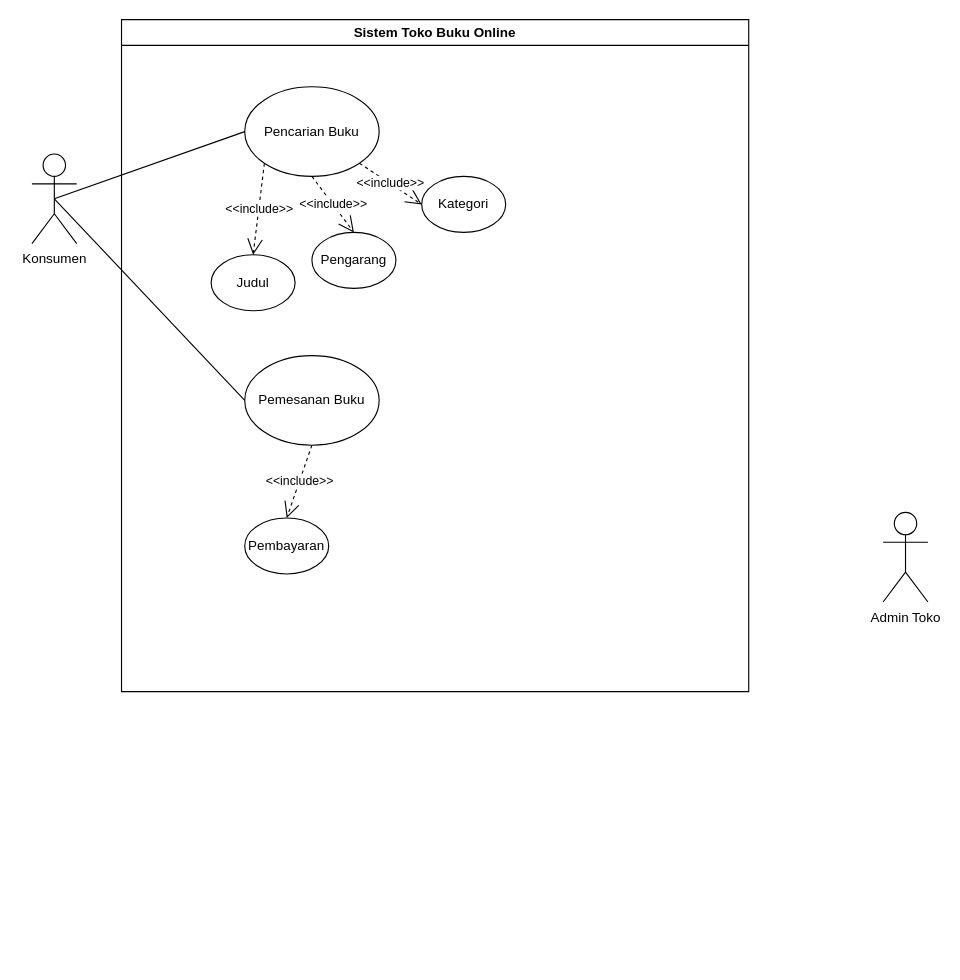
Earlier version of the draw.io diagram Latihan Studi kasus RPL.drawio (Suryzw/draw.io). Source tidied: cells renumbered, new cells numbered last; positions are measured from the earlier drawing's top-left corner, leaving out a move shared by most shapes. Both pictures are drawn from the tidied source at 112%, with x=0, y=0 at pixel (31, 19).
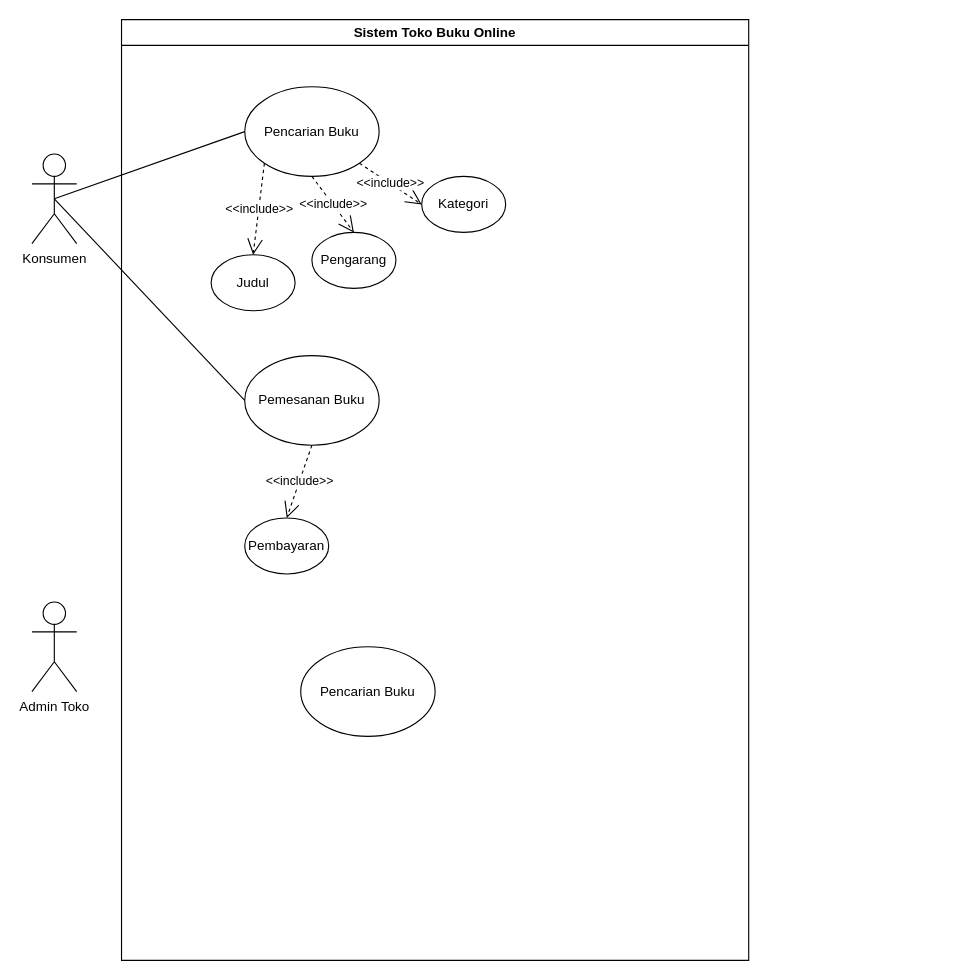
After the change.

Diff of the diagram source:
```diff
@@
 <mxGraphModel>
   <root>
     <mxCell id="0" />
     <mxCell id="1" parent="0" />
     <mxCell id="2" value="Konsumen" style="shape=umlActor;verticalLabelPosition=bottom;verticalAlign=top;html=1;outlineConnect=0;" parent="1" vertex="1">
       <mxGeometry y="120" width="40" height="80" as="geometry" />
     </mxCell>
-    <mxCell id="3" value="Admin Toko" style="shape=umlActor;verticalLabelPosition=bottom;verticalAlign=top;html=1;" parent="1" vertex="1">
-      <mxGeometry x="760" y="440" width="40" height="80" as="geometry" />
-    </mxCell>
     <mxCell id="4" value="Sistem Toko Buku Online" style="swimlane;whiteSpace=wrap;html=1;" parent="1" vertex="1">
-      <mxGeometry x="80" width="560" height="600" as="geometry" />
+      <mxGeometry x="80" width="560" height="840" as="geometry" />
     </mxCell>
     <mxCell id="5" value="Pencarian Buku" style="ellipse;whiteSpace=wrap;html=1;" parent="4" vertex="1">
       <mxGeometry x="110" y="60" width="120" height="80" as="geometry" />
     </mxCell>
     <mxCell id="6" value="Judul" style="ellipse;whiteSpace=wrap;html=1;" parent="4" vertex="1">
       <mxGeometry x="80" y="210" width="75" height="50" as="geometry" />
     </mxCell>
     <mxCell id="7" value="Pengarang" style="ellipse;whiteSpace=wrap;html=1;" parent="4" vertex="1">
       <mxGeometry x="170" y="190" width="75" height="50" as="geometry" />
     </mxCell>
     <mxCell id="8" value="Kategori" style="ellipse;whiteSpace=wrap;html=1;" parent="4" vertex="1">
       <mxGeometry x="268" y="140" width="75" height="50" as="geometry" />
     </mxCell>
     <mxCell id="9" value="Pemesanan Buku" style="ellipse;whiteSpace=wrap;html=1;" parent="4" vertex="1">
       <mxGeometry x="110" y="300" width="120" height="80" as="geometry" />
     </mxCell>
     <mxCell id="10" value="&amp;lt;&amp;lt;include&amp;gt;&amp;gt;" style="endArrow=open;endSize=12;dashed=1;html=1;rounded=0;exitX=0;exitY=1;exitDx=0;exitDy=0;entryX=0.5;entryY=0;entryDx=0;entryDy=0;" parent="4" edge="1" source="5" target="6">
       <mxGeometry relative="1" as="geometry" />
     </mxCell>
     <mxCell id="11" value="&amp;lt;&amp;lt;include&amp;gt;&amp;gt;" style="endArrow=open;endSize=12;dashed=1;html=1;rounded=0;exitX=0.5;exitY=1;exitDx=0;exitDy=0;entryX=0.5;entryY=0;entryDx=0;entryDy=0;" parent="4" edge="1" source="5" target="7">
       <mxGeometry relative="1" as="geometry" />
     </mxCell>
     <mxCell id="12" value="&amp;lt;&amp;lt;include&amp;gt;&amp;gt;" style="endArrow=open;endSize=12;dashed=1;html=1;rounded=0;exitX=1;exitY=1;exitDx=0;exitDy=0;entryX=0;entryY=0.5;entryDx=0;entryDy=0;" parent="4" edge="1" source="5" target="8">
       <mxGeometry relative="1" as="geometry" />
     </mxCell>
     <mxCell id="13" value="Pembayaran" style="ellipse;whiteSpace=wrap;html=1;" parent="4" vertex="1">
       <mxGeometry x="110" y="445" width="75" height="50" as="geometry" />
     </mxCell>
     <mxCell id="14" value="&amp;lt;&amp;lt;include&amp;gt;&amp;gt;" style="endArrow=open;endSize=12;dashed=1;html=1;rounded=0;exitX=0.5;exitY=1;exitDx=0;exitDy=0;entryX=0.5;entryY=0;entryDx=0;entryDy=0;" parent="4" edge="1" source="9" target="13">
       <mxGeometry relative="1" as="geometry" />
     </mxCell>
+    <mxCell id="17" value="Pencarian Buku" style="ellipse;whiteSpace=wrap;html=1;" parent="4" vertex="1">
+      <mxGeometry x="160" y="560" width="120" height="80" as="geometry" />
+    </mxCell>
     <mxCell id="15" style="endArrow=none;html=1;rounded=0;exitX=0.5;exitY=0.5;exitDx=0;exitDy=0;exitPerimeter=0;entryX=0;entryY=0.5;entryDx=0;entryDy=0;" parent="1" edge="1" source="2" target="5">
       <mxGeometry relative="1" as="geometry" />
     </mxCell>
     <mxCell id="16" style="endArrow=none;html=1;rounded=0;exitX=0.5;exitY=0.5;exitDx=0;exitDy=0;exitPerimeter=0;entryX=0;entryY=0.5;entryDx=0;entryDy=0;" parent="1" edge="1" source="2" target="9">
       <mxGeometry relative="1" as="geometry" />
     </mxCell>
+    <mxCell id="3" value="Admin Toko" style="shape=umlActor;verticalLabelPosition=bottom;verticalAlign=top;html=1;" parent="1" vertex="1">
+      <mxGeometry y="520" width="40" height="80" as="geometry" />
+    </mxCell>
   </root>
 </mxGraphModel>
```
